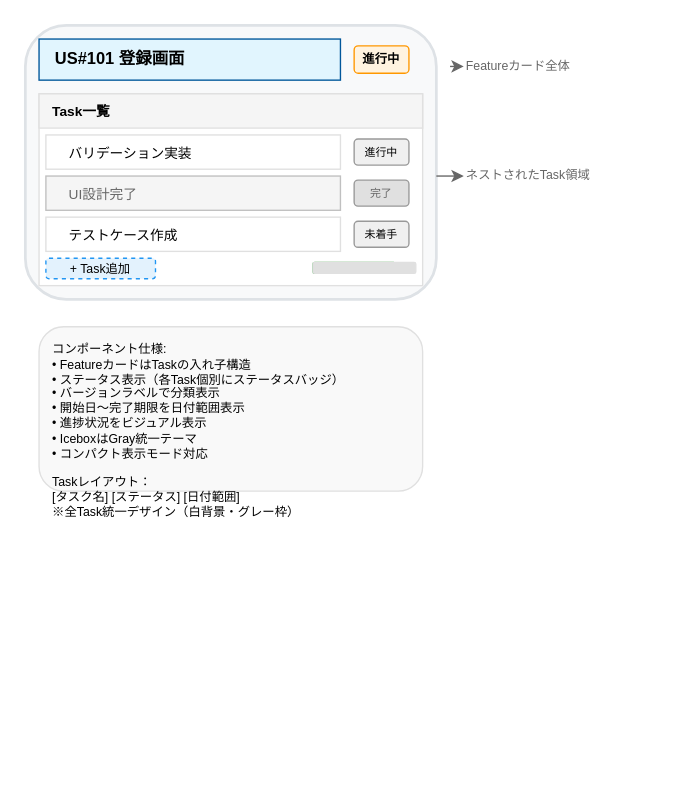
Earlier version of the draw.io diagram vibes/docs/specs/ui/kanban_ui_feature_card_component.drawio (hollySizzle/redmine_epic_ladder). Source tidied: cells renumbered, new cells numbered last; positions are measured from the earlier drawing's top-left corner, leaving out a move shared by most shapes. Both pictures are drawn from the tidied source at 137%, with x=0, y=0 at pixel (25, 25).
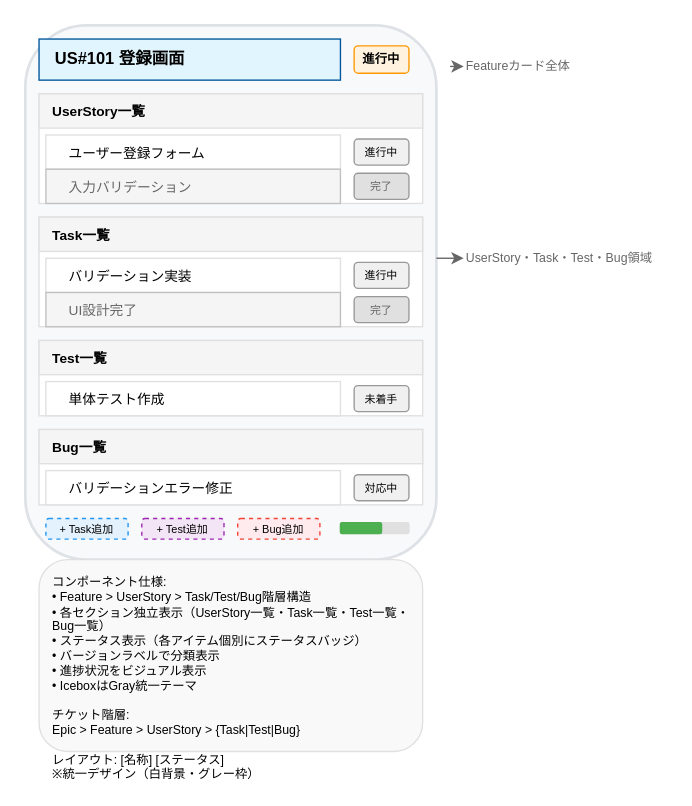
Above is the later version.

Commit message (it also covers changes not shown here):
ワイヤーフレームの更新

What changed in the source:
```diff
@@
     <mxCell id="2" style="rounded=1;whiteSpace=wrap;html=1;fillColor=#f8f9fa;strokeColor=#dee2e6;strokeWidth=2;" parent="1" vertex="1">
-      <mxGeometry width="300" height="200" as="geometry" />
+      <mxGeometry width="300" height="390" as="geometry" />
     </mxCell>
@@
+    <mxCell id="21" style="rounded=0;whiteSpace=wrap;html=1;fillColor=#ffffff;strokeColor=#e0e0e0;strokeWidth=1;" parent="1" vertex="1">
+      <mxGeometry x="10" y="50" width="280" height="80" as="geometry" />
+    </mxCell>
+    <mxCell id="22" value="UserStory一覧" style="rounded=0;whiteSpace=wrap;html=1;fillColor=#f5f5f5;strokeColor=#e0e0e0;fontSize=10;fontStyle=1;align=left;verticalAlign=middle;spacingLeft=8;" parent="1" vertex="1">
+      <mxGeometry x="10" y="50" width="280" height="25" as="geometry" />
+    </mxCell>
+    <mxCell id="23" value="ユーザー登録フォーム" style="rounded=0;whiteSpace=wrap;html=1;fillColor=#ffffff;strokeColor=#e0e0e0;fontSize=10;align=left;verticalAlign=middle;spacingLeft=15;" parent="1" vertex="1">
+      <mxGeometry x="15" y="80" width="215" height="25" as="geometry" />
+    </mxCell>
+    <mxCell id="24" value="進行中" style="rounded=1;whiteSpace=wrap;html=1;fillColor=#f0f0f0;strokeColor=#999999;fontSize=8;align=center;verticalAlign=middle;" parent="1" vertex="1">
+      <mxGeometry x="240" y="83" width="40" height="19" as="geometry" />
+    </mxCell>
+    <mxCell id="25" value="入力バリデーション" style="rounded=0;whiteSpace=wrap;html=1;fillColor=#f5f5f5;strokeColor=#c0c0c0;fontSize=10;align=left;verticalAlign=middle;spacingLeft=15;fontColor=#666666;" parent="1" vertex="1">
+      <mxGeometry x="15" y="105" width="215" height="25" as="geometry" />
+    </mxCell>
+    <mxCell id="26" value="完了" style="rounded=1;whiteSpace=wrap;html=1;fillColor=#e0e0e0;strokeColor=#999999;fontSize=8;align=center;verticalAlign=middle;fontColor=#666666;" parent="1" vertex="1">
+      <mxGeometry x="240" y="108" width="40" height="19" as="geometry" />
+    </mxCell>
     <mxCell id="5" style="rounded=0;whiteSpace=wrap;html=1;fillColor=#ffffff;strokeColor=#e0e0e0;strokeWidth=1;" parent="1" vertex="1">
-      <mxGeometry x="10" y="50" width="280" height="140" as="geometry" />
+      <mxGeometry x="10" y="140" width="280" height="80" as="geometry" />
     </mxCell>
     <mxCell id="6" value="Task一覧" style="rounded=0;whiteSpace=wrap;html=1;fillColor=#f5f5f5;strokeColor=#e0e0e0;fontSize=10;fontStyle=1;align=left;verticalAlign=middle;spacingLeft=8;" parent="1" vertex="1">
-      <mxGeometry x="10" y="50" width="280" height="25" as="geometry" />
+      <mxGeometry x="10" y="140" width="280" height="25" as="geometry" />
     </mxCell>
     <mxCell id="7" value="バリデーション実装" style="rounded=0;whiteSpace=wrap;html=1;fillColor=#ffffff;strokeColor=#e0e0e0;fontSize=10;align=left;verticalAlign=middle;spacingLeft=15;" parent="1" vertex="1">
-      <mxGeometry x="15" y="80" width="215" height="25" as="geometry" />
+      <mxGeometry x="15" y="170" width="215" height="25" as="geometry" />
     </mxCell>
     <mxCell id="8" value="進行中" style="rounded=1;whiteSpace=wrap;html=1;fillColor=#f0f0f0;strokeColor=#999999;fontSize=8;align=center;verticalAlign=middle;" parent="1" vertex="1">
-      <mxGeometry x="240" y="83" width="40" height="19" as="geometry" />
+      <mxGeometry x="240" y="173" width="40" height="19" as="geometry" />
     </mxCell>
     <mxCell id="9" value="UI設計完了" style="rounded=0;whiteSpace=wrap;html=1;fillColor=#f5f5f5;strokeColor=#c0c0c0;fontSize=10;align=left;verticalAlign=middle;spacingLeft=15;fontColor=#666666;" parent="1" vertex="1">
-      <mxGeometry x="15" y="110" width="215" height="25" as="geometry" />
+      <mxGeometry x="15" y="195" width="215" height="25" as="geometry" />
     </mxCell>
     <mxCell id="10" value="完了" style="rounded=1;whiteSpace=wrap;html=1;fillColor=#e0e0e0;strokeColor=#999999;fontSize=8;align=center;verticalAlign=middle;fontColor=#666666;" parent="1" vertex="1">
-      <mxGeometry x="240" y="113" width="40" height="19" as="geometry" />
+      <mxGeometry x="240" y="198" width="40" height="19" as="geometry" />
     </mxCell>
-    <mxCell id="11" value="テストケース作成" style="rounded=0;whiteSpace=wrap;html=1;fillColor=#ffffff;strokeColor=#e0e0e0;fontSize=10;align=left;verticalAlign=middle;spacingLeft=15;" parent="1" vertex="1">
-      <mxGeometry x="15" y="140" width="215" height="25" as="geometry" />
-    </mxCell>
+    <mxCell id="27" style="rounded=0;whiteSpace=wrap;html=1;fillColor=#ffffff;strokeColor=#e0e0e0;strokeWidth=1;" parent="1" vertex="1">
+      <mxGeometry x="10" y="230" width="280" height="55" as="geometry" />
+    </mxCell>
+    <mxCell id="28" value="Test一覧" style="rounded=0;whiteSpace=wrap;html=1;fillColor=#f5f5f5;strokeColor=#e0e0e0;fontSize=10;fontStyle=1;align=left;verticalAlign=middle;spacingLeft=8;" parent="1" vertex="1">
+      <mxGeometry x="10" y="230" width="280" height="25" as="geometry" />
+    </mxCell>
+    <mxCell id="29" value="単体テスト作成" style="rounded=0;whiteSpace=wrap;html=1;fillColor=#ffffff;strokeColor=#e0e0e0;fontSize=10;align=left;verticalAlign=middle;spacingLeft=15;" parent="1" vertex="1">
+      <mxGeometry x="15" y="260" width="215" height="25" as="geometry" />
+    </mxCell>
     <mxCell id="12" value="未着手" style="rounded=1;whiteSpace=wrap;html=1;fillColor=#f0f0f0;strokeColor=#999999;fontSize=8;align=center;verticalAlign=middle;" parent="1" vertex="1">
-      <mxGeometry x="240" y="143" width="40" height="19" as="geometry" />
+      <mxGeometry x="240" y="263" width="40" height="19" as="geometry" />
     </mxCell>
+    <mxCell id="30" style="rounded=0;whiteSpace=wrap;html=1;fillColor=#ffffff;strokeColor=#e0e0e0;strokeWidth=1;" parent="1" vertex="1">
+      <mxGeometry x="10" y="295" width="280" height="55" as="geometry" />
+    </mxCell>
+    <mxCell id="31" value="Bug一覧" style="rounded=0;whiteSpace=wrap;html=1;fillColor=#f5f5f5;strokeColor=#e0e0e0;fontSize=10;fontStyle=1;align=left;verticalAlign=middle;spacingLeft=8;" parent="1" vertex="1">
+      <mxGeometry x="10" y="295" width="280" height="25" as="geometry" />
+    </mxCell>
+    <mxCell id="32" value="バリデーションエラー修正" style="rounded=0;whiteSpace=wrap;html=1;fillColor=#ffffff;strokeColor=#e0e0e0;fontSize=10;align=left;verticalAlign=middle;spacingLeft=15;" parent="1" vertex="1">
+      <mxGeometry x="15" y="325" width="215" height="25" as="geometry" />
+    </mxCell>
+    <mxCell id="33" value="対応中" style="rounded=1;whiteSpace=wrap;html=1;fillColor=#f0f0f0;strokeColor=#999999;fontSize=8;align=center;verticalAlign=middle;" parent="1" vertex="1">
+      <mxGeometry x="240" y="328" width="40" height="19" as="geometry" />
+    </mxCell>
-    <mxCell id="13" value="+ Task追加" style="rounded=1;whiteSpace=wrap;html=1;fillColor=#e3f2fd;strokeColor=#2196f3;fontSize=9;align=center;verticalAlign=middle;dashed=1;" parent="1" vertex="1">
-      <mxGeometry x="15" y="170" width="80" height="15" as="geometry" />
+    <mxCell id="13" value="+ Task追加" style="rounded=1;whiteSpace=wrap;html=1;fillColor=#e3f2fd;strokeColor=#2196f3;fontSize=8;align=center;verticalAlign=middle;dashed=1;" parent="1" vertex="1">
+      <mxGeometry x="15" y="360" width="60" height="15" as="geometry" />
     </mxCell>
+    <mxCell id="34" value="+ Test追加" style="rounded=1;whiteSpace=wrap;html=1;fillColor=#f3e5f5;strokeColor=#9c27b0;fontSize=8;align=center;verticalAlign=middle;dashed=1;" parent="1" vertex="1">
+      <mxGeometry x="85" y="360" width="60" height="15" as="geometry" />
+    </mxCell>
+    <mxCell id="35" value="+ Bug追加" style="rounded=1;whiteSpace=wrap;html=1;fillColor=#ffebee;strokeColor=#f44336;fontSize=8;align=center;verticalAlign=middle;dashed=1;" parent="1" vertex="1">
+      <mxGeometry x="155" y="360" width="60" height="15" as="geometry" />
+    </mxCell>
+    <mxCell id="15" style="rounded=1;whiteSpace=wrap;html=1;fillColor=#e0e0e0;strokeColor=#e0e0e0;" parent="1" vertex="1">
+      <mxGeometry x="230" y="363" width="50" height="8" as="geometry" />
+    </mxCell>
     <mxCell id="14" style="rounded=1;whiteSpace=wrap;html=1;fillColor=#4caf50;strokeColor=#4caf50;" parent="1" vertex="1">
-      <mxGeometry x="210" y="173" width="60" height="8" as="geometry" />
+      <mxGeometry x="230" y="363" width="30" height="8" as="geometry" />
     </mxCell>
-    <mxCell id="15" style="rounded=1;whiteSpace=wrap;html=1;fillColor=#e0e0e0;strokeColor=#e0e0e0;" parent="1" vertex="1">
-      <mxGeometry x="210" y="173" width="75" height="8" as="geometry" />
-    </mxCell>
@@
-    <mxCell id="17" value="ネストされたTask領域" style="text;html=1;strokeColor=none;fillColor=none;align=left;verticalAlign=middle;whiteSpace=wrap;rounded=0;fontSize=9;fontColor=#666666;" parent="1" vertex="1">
-      <mxGeometry x="320" y="100" width="100" height="20" as="geometry" />
+    <mxCell id="17" value="UserStory・Task・Test・Bug領域" style="text;html=1;strokeColor=none;fillColor=none;align=left;verticalAlign=middle;whiteSpace=wrap;rounded=0;fontSize=9;fontColor=#666666;" parent="1" vertex="1">
+      <mxGeometry x="320" y="160" width="150" height="20" as="geometry" />
     </mxCell>
@@
     <mxCell id="19" style="endArrow=classic;html=1;rounded=0;strokeColor=#666666;strokeWidth=1;" parent="1" edge="1">
       <mxGeometry relative="1" as="geometry">
-        <mxPoint x="300" y="110" as="sourcePoint" />
-        <mxPoint x="320" y="110" as="targetPoint" />
+        <mxPoint x="300" y="170" as="sourcePoint" />
+        <mxPoint x="320" y="170" as="targetPoint" />
       </mxGeometry>
     </mxCell>
-    <mxCell id="20" value="コンポーネント仕様:&#10;• FeatureカードはTaskの入れ子構造&#10;• ステータス表示（各Task個別にステータスバッジ）&#10;• バージョンラベルで分類表示&#10;• 開始日〜完了期限を日付範囲表示&#10;• 進捗状況をビジュアル表示&#10;• IceboxはGray統一テーマ&#10;• コンパクト表示モード対応&#10;&#10;Taskレイアウト：&#10;[タスク名] [ステータス] [日付範囲]&#10;※全Task統一デザイン（白背景・グレー枠）" style="text;html=1;strokeColor=#e0e0e0;fillColor=#f9f9f9;align=left;verticalAlign=top;whiteSpace=wrap;rounded=1;fontSize=9;spacingTop=5;spacingLeft=8;" parent="1" vertex="1">
-      <mxGeometry x="10" y="220" width="280" height="120" as="geometry" />
+    <mxCell id="20" value="コンポーネント仕様:&#10;• Feature &gt; UserStory &gt; Task/Test/Bug階層構造&#10;• 各セクション独立表示（UserStory一覧・Task一覧・Test一覧・Bug一覧）&#10;• ステータス表示（各アイテム個別にステータスバッジ）&#10;• バージョンラベルで分類表示&#10;• 進捗状況をビジュアル表示&#10;• IceboxはGray統一テーマ&#10;&#10;チケット階層:&#10;Epic &gt; Feature &gt; UserStory &gt; {Task|Test|Bug}&#10;&#10;レイアウト: [名称] [ステータス]&#10;※統一デザイン（白背景・グレー枠）" style="text;html=1;strokeColor=#e0e0e0;fillColor=#f9f9f9;align=left;verticalAlign=top;whiteSpace=wrap;rounded=1;fontSize=9;spacingTop=5;spacingLeft=8;" parent="1" vertex="1">
+      <mxGeometry x="10" y="390" width="280" height="140" as="geometry" />
     </mxCell>
```
